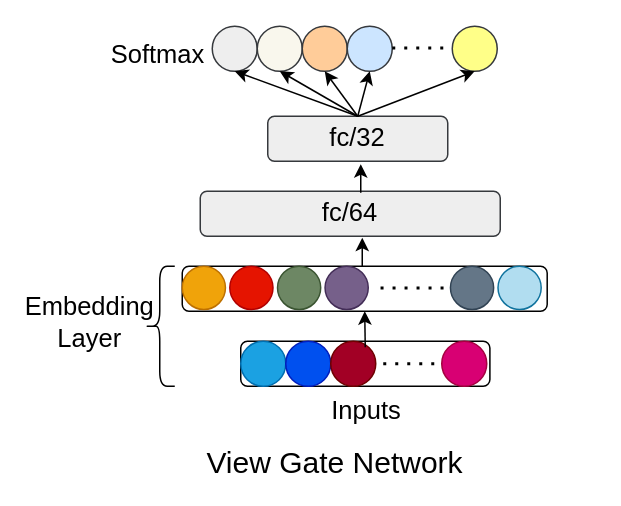
Earlier version of the draw.io diagram page "View Gate" (1 of 11) of Untitled Diagram.drawio (jlinleung/Cheatsheets). Source tidied: cells renumbered, new cells numbered last; positions are measured from the earlier drawing's top-left corner, leaving out a move shared by most shapes. Both pictures are drawn from the tidied source at 150%, with x=0, y=0 at pixel (70, 26).
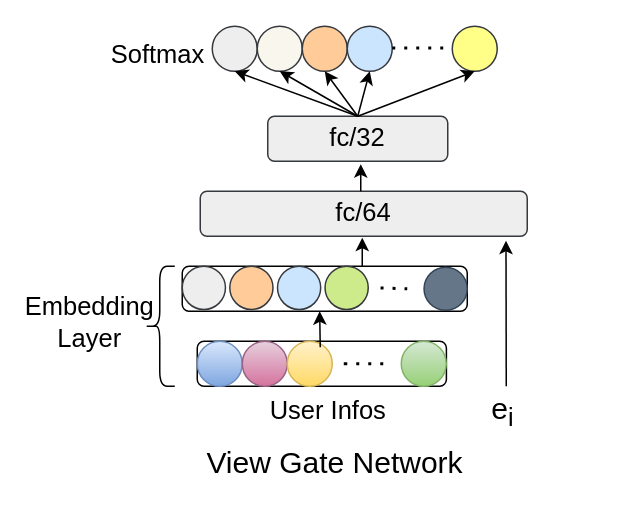
The same diagram, later.

Unchanged cells that the change refers to:
```xml
<mxCell id="2" style="group;opacity=50;" parent="1" vertex="1">
  <mxGeometry x="74" y="160" width="275" height="110" as="geometry" />
</mxCell>
```

The edit, as a diff of the source:
```diff
@@
     <mxCell id="3" style="rounded=1;whiteSpace=wrap;html=1;strokeWidth=1;fillColor=none;fontSize=17;" parent="2" vertex="1">
-      <mxGeometry width="243.3" height="30" as="geometry" />
+      <mxGeometry width="190" height="30" as="geometry" />
     </mxCell>
-    <mxCell id="4" style="ellipse;whiteSpace=wrap;html=1;strokeWidth=1;fillColor=#f0a30a;fontSize=17;strokeColor=#BD7000;fontColor=#ffffff;" parent="2" vertex="1">
+    <mxCell id="4" style="ellipse;whiteSpace=wrap;html=1;strokeWidth=1;fillColor=#eeeeee;fontSize=17;strokeColor=#36393d;" parent="2" vertex="1">
       <mxGeometry width="28.8" height="28.8" as="geometry" />
     </mxCell>
-    <mxCell id="5" style="ellipse;whiteSpace=wrap;html=1;strokeWidth=1;fillColor=#e51400;fontSize=17;strokeColor=#B20000;fontColor=#ffffff;" parent="2" vertex="1">
+    <mxCell id="5" style="ellipse;whiteSpace=wrap;html=1;strokeWidth=1;fillColor=#ffcc99;fontSize=17;strokeColor=#36393d;" parent="2" vertex="1">
       <mxGeometry x="31.7" width="28.8" height="28.8" as="geometry" />
     </mxCell>
-    <mxCell id="6" style="ellipse;whiteSpace=wrap;html=1;strokeWidth=1;fillColor=#6d8764;fontSize=17;strokeColor=#3A5431;fontColor=#ffffff;" parent="2" vertex="1">
+    <mxCell id="6" style="ellipse;whiteSpace=wrap;html=1;strokeWidth=1;fillColor=#cce5ff;fontSize=17;strokeColor=#36393d;" parent="2" vertex="1">
       <mxGeometry x="63.5" width="28.8" height="28.8" as="geometry" />
     </mxCell>
-    <mxCell id="7" style="ellipse;whiteSpace=wrap;html=1;strokeWidth=1;fillColor=#76608a;fontSize=17;strokeColor=#432D57;fontColor=#ffffff;" parent="2" vertex="1">
+    <mxCell id="7" style="ellipse;whiteSpace=wrap;html=1;strokeWidth=1;fillColor=#cdeb8b;fontSize=17;strokeColor=#36393d;" parent="2" vertex="1">
       <mxGeometry x="95.2" width="28.8" height="28.8" as="geometry" />
     </mxCell>
     <mxCell id="8" style="endArrow=none;dashed=1;html=1;dashPattern=1 3;strokeWidth=2;fontSize=17;exitX=1;exitY=0.5;exitDx=0;exitDy=0;" parent="2" edge="1">
       <mxGeometry relative="1" as="geometry">
         <mxPoint x="132.2" y="14.5" as="sourcePoint" />
-        <mxPoint x="174.5" y="14.5" as="targetPoint" />
+        <mxPoint x="150" y="15" as="targetPoint" />
       </mxGeometry>
     </mxCell>
     <mxCell id="9" style="ellipse;whiteSpace=wrap;html=1;strokeWidth=1;fillColor=#647687;fontSize=17;strokeColor=#314354;fontColor=#ffffff;" parent="2" vertex="1">
-      <mxGeometry x="178.8" width="28.8" height="28.8" as="geometry" />
+      <mxGeometry x="161.2" y="0.6" width="28.8" height="28.8" as="geometry" />
     </mxCell>
-    <mxCell id="10" style="ellipse;whiteSpace=wrap;html=1;strokeWidth=1;fillColor=#b1ddf0;fontSize=17;strokeColor=#10739e;" parent="2" vertex="1">
-      <mxGeometry x="210.5" width="28.8" height="28.8" as="geometry" />
-    </mxCell>
-    <mxCell id="11" value="Inputs" style="text;html=1;strokeColor=none;fillColor=none;align=center;verticalAlign=middle;whiteSpace=wrap;rounded=0;labelBackgroundColor=none;fontSize=17;" parent="2" vertex="1">
-      <mxGeometry x="103.2" y="87" width="40" height="20" as="geometry" />
+    <mxCell id="11" value="User Infos" style="text;html=1;strokeColor=none;fillColor=none;align=center;verticalAlign=middle;whiteSpace=wrap;rounded=0;labelBackgroundColor=none;fontSize=17;" parent="2" vertex="1">
+      <mxGeometry x="54.2" y="87" width="86.8" height="20" as="geometry" />
     </mxCell>
+    <mxCell id="21" style="rounded=1;whiteSpace=wrap;html=1;strokeWidth=1;fontSize=17;" parent="2" vertex="1">
+      <mxGeometry x="10" y="50" width="166.1" height="30" as="geometry" />
+    </mxCell>
+    <mxCell id="22" style="ellipse;whiteSpace=wrap;html=1;strokeWidth=1;fillColor=#dae8fc;fontSize=17;strokeColor=#6c8ebf;gradientColor=#7ea6e0;" parent="2" vertex="1">
+      <mxGeometry x="10" y="50" width="30" height="30" as="geometry" />
+    </mxCell>
+    <mxCell id="23" style="ellipse;whiteSpace=wrap;html=1;strokeWidth=1;fillColor=#e6d0de;fontSize=17;strokeColor=#996185;gradientColor=#d5739d;" parent="2" vertex="1">
+      <mxGeometry x="40" y="50" width="30" height="30" as="geometry" />
+    </mxCell>
+    <mxCell id="24" style="ellipse;whiteSpace=wrap;html=1;strokeWidth=1;fillColor=#fff2cc;fontSize=17;strokeColor=#d6b656;gradientColor=#ffd966;" parent="2" vertex="1">
+      <mxGeometry x="70" y="50" width="30" height="30" as="geometry" />
+    </mxCell>
+    <mxCell id="39" value="&lt;font style=&quot;font-size: 20px&quot;&gt;e&lt;sub&gt;i&lt;/sub&gt;&lt;/font&gt;" style="text;html=1;strokeColor=none;fillColor=none;align=center;verticalAlign=middle;whiteSpace=wrap;rounded=0;sketch=0;" parent="2" vertex="1">
+      <mxGeometry x="194" y="87" width="40" height="20" as="geometry" />
+    </mxCell>
     <mxCell id="12" value="fc/64" style="rounded=1;whiteSpace=wrap;html=1;strokeWidth=1;fillColor=#eeeeee;fontSize=17;strokeColor=#36393d;" parent="1" vertex="1">
-      <mxGeometry x="86" y="110" width="200" height="30" as="geometry" />
+      <mxGeometry x="86" y="110" width="218" height="30" as="geometry" />
     </mxCell>
@@
-    <mxCell id="21" style="rounded=1;whiteSpace=wrap;html=1;strokeWidth=1;fontSize=17;" parent="1" vertex="1">
-      <mxGeometry x="113" y="210" width="166.1" height="30" as="geometry" />
-    </mxCell>
-    <mxCell id="22" style="ellipse;whiteSpace=wrap;html=1;strokeWidth=1;fillColor=#1ba1e2;fontSize=17;strokeColor=#006EAF;fontColor=#ffffff;" parent="1" vertex="1">
-      <mxGeometry x="113" y="210" width="30" height="30" as="geometry" />
-    </mxCell>
-    <mxCell id="23" style="ellipse;whiteSpace=wrap;html=1;strokeWidth=1;fillColor=#0050ef;fontSize=17;strokeColor=#001DBC;fontColor=#ffffff;" parent="1" vertex="1">
-      <mxGeometry x="143" y="210" width="30" height="30" as="geometry" />
-    </mxCell>
-    <mxCell id="24" style="ellipse;whiteSpace=wrap;html=1;strokeWidth=1;fillColor=#a20025;fontSize=17;strokeColor=#6F0000;fontColor=#ffffff;" parent="1" vertex="1">
-      <mxGeometry x="173" y="210" width="30" height="30" as="geometry" />
-    </mxCell>
-    <mxCell id="25" style="endArrow=none;dashed=1;html=1;dashPattern=1 3;strokeWidth=2;fontSize=17;exitX=1;exitY=0.5;exitDx=0;exitDy=0;" parent="1" edge="1">
+    <mxCell id="25" style="endArrow=none;dashed=1;html=1;dashPattern=1 3;strokeWidth=2;fontSize=17;exitX=1;exitY=0.5;exitDx=0;exitDy=0;" parent="1" edge="1" source="26">
       <mxGeometry relative="1" as="geometry">
-        <mxPoint x="208" y="225" as="sourcePoint" />
         <mxPoint x="248" y="225" as="targetPoint" />
       </mxGeometry>
     </mxCell>
-    <mxCell id="26" style="ellipse;whiteSpace=wrap;html=1;strokeWidth=1;fillColor=#d80073;fontSize=17;strokeColor=#A50040;fontColor=#ffffff;" parent="1" vertex="1">
-      <mxGeometry x="247" y="210" width="30" height="30" as="geometry" />
-    </mxCell>
-    <mxCell id="27" style="endArrow=classic;html=1;strokeWidth=1;fontSize=17;entryX=0.5;entryY=1;entryDx=0;entryDy=0;" parent="1" edge="1" target="3">
+    <mxCell id="27" style="endArrow=classic;html=1;strokeWidth=1;fontSize=17;entryX=0.5;entryY=1;entryDx=0;entryDy=0;" parent="1" edge="1">
       <mxGeometry relative="1" as="geometry">
-        <mxPoint x="196" y="214" as="sourcePoint" />
+        <mxPoint x="166" y="214" as="sourcePoint" />
+        <mxPoint x="165.6" y="190" as="targetPoint" />
       </mxGeometry>
     </mxCell>
-    <mxCell id="28" style="endArrow=classic;html=1;strokeWidth=1;fontSize=17;entryX=0.54;entryY=1.033;entryDx=0;entryDy=0;entryPerimeter=0;" parent="1" edge="1" target="12">
+    <mxCell id="28" style="endArrow=classic;html=1;strokeWidth=1;fontSize=17;" parent="1" edge="1">
       <mxGeometry relative="1" as="geometry">
         <mxPoint x="194" y="160" as="sourcePoint" />
+        <mxPoint x="194" y="141" as="targetPoint" />
       </mxGeometry>
     </mxCell>
-    <mxCell id="29" style="endArrow=classic;html=1;strokeWidth=1;fontSize=17;exitX=0.535;exitY=0.033;exitDx=0;exitDy=0;exitPerimeter=0;" parent="1" edge="1" source="12">
+    <mxCell id="29" style="endArrow=classic;html=1;strokeWidth=1;fontSize=17;" parent="1" edge="1">
       <mxGeometry relative="1" as="geometry">
+        <mxPoint x="193" y="110" as="sourcePoint" />
         <mxPoint x="193" y="92" as="targetPoint" />
       </mxGeometry>
     </mxCell>
@@
+    <mxCell id="26" style="ellipse;whiteSpace=wrap;html=1;strokeWidth=1;fillColor=#d5e8d4;fontSize=17;strokeColor=#82b366;gradientColor=#97d077;" parent="1" vertex="1">
+      <mxGeometry x="220" y="210" width="30" height="30" as="geometry" />
+    </mxCell>
+    <mxCell id="40" style="endArrow=none;dashed=1;html=1;dashPattern=1 3;strokeWidth=2;fontSize=17;exitX=1;exitY=0.5;exitDx=0;exitDy=0;" parent="1" edge="1">
+      <mxGeometry relative="1" as="geometry">
+        <mxPoint x="208" y="225" as="sourcePoint" />
+        <mxPoint x="214" y="225" as="targetPoint" />
+        <Array as="points">
+          <mxPoint x="174" y="225" />
+        </Array>
+      </mxGeometry>
+    </mxCell>
+    <mxCell id="41" style="endArrow=classic;html=1;entryX=0.935;entryY=1.1;entryDx=0;entryDy=0;entryPerimeter=0;" parent="1" edge="1" target="12">
+      <mxGeometry relative="1" as="geometry">
+        <mxPoint x="290" y="240" as="sourcePoint" />
+      </mxGeometry>
+    </mxCell>
```
